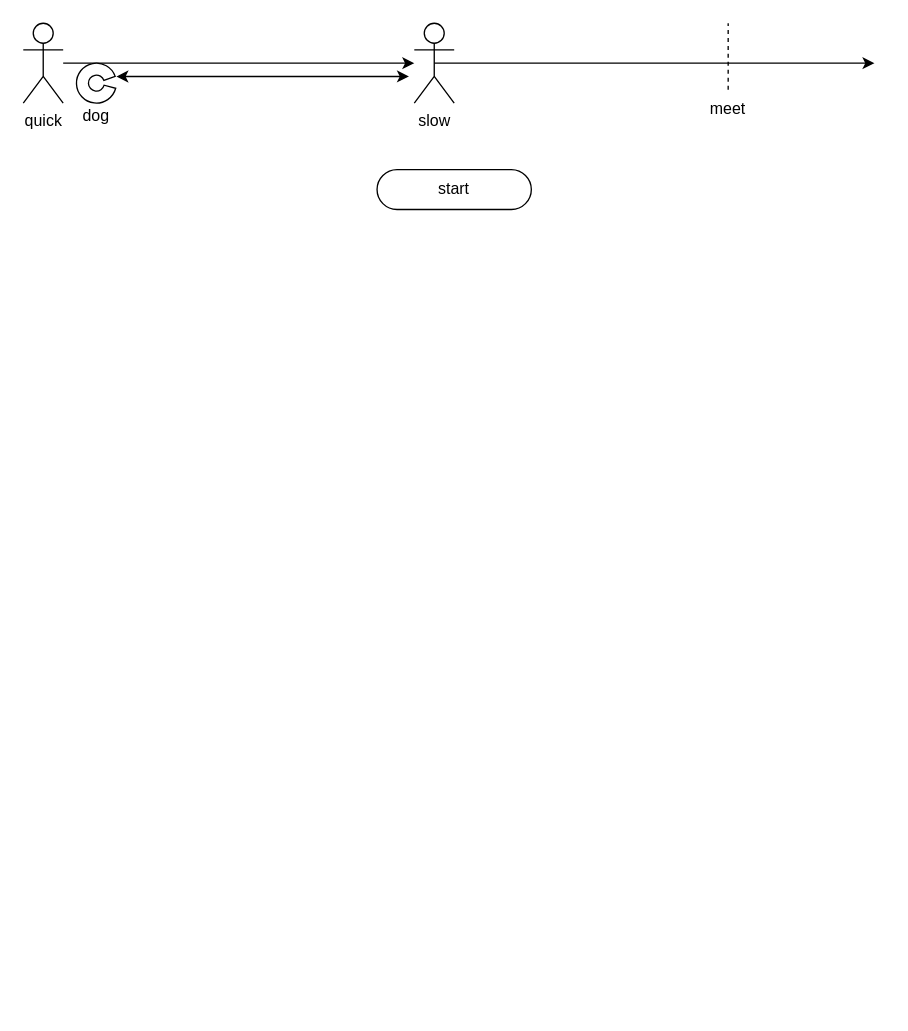
Before: page "Страница 3" (3 of 3) of hw1_test2.drawio in AlexeyDmitrich/hw_dev_base1, a draw.io diagram. Source tidied: cells renumbered, new cells numbered last; positions are measured from the earlier drawing's top-left corner, leaving out a move shared by most shapes. Both pictures are drawn from the tidied source at 133%, with x=0, y=0 at pixel (23, 23).
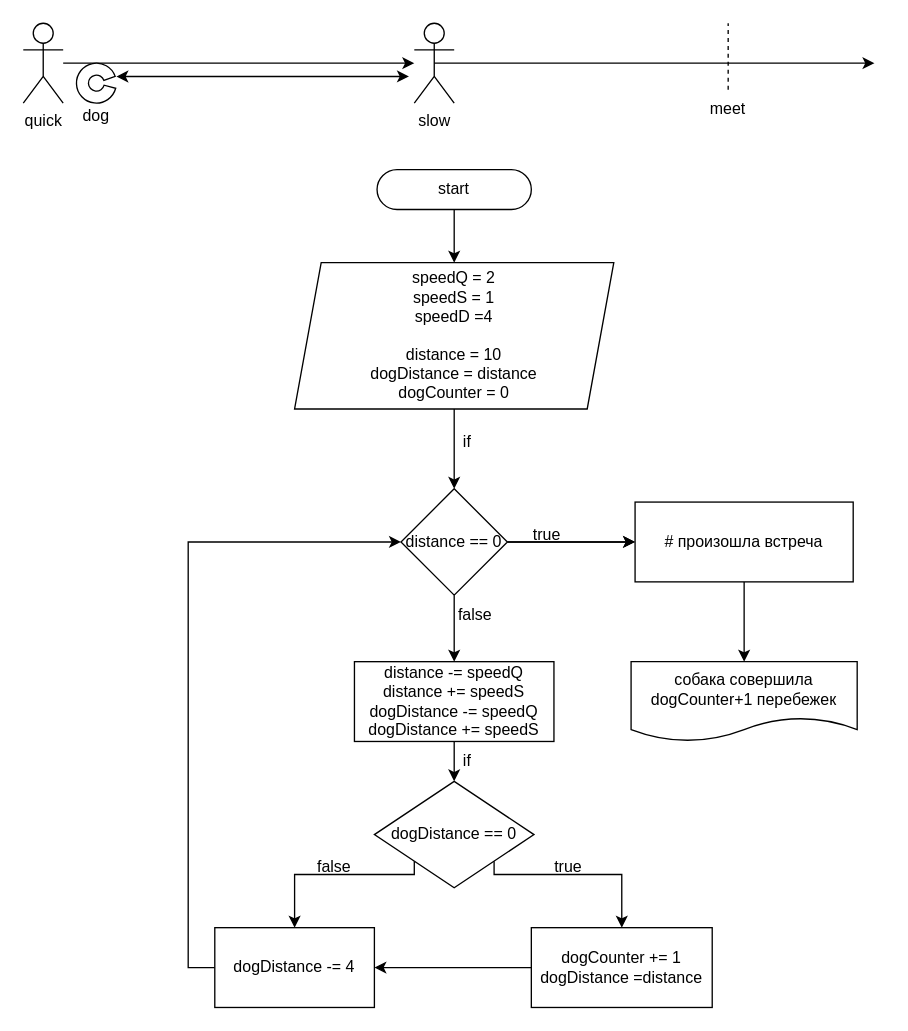
After the change.

Unchanged cells that the change refers to:
```xml
<mxCell id="2" value="start" style="rounded=1;whiteSpace=wrap;html=1;arcSize=50;" parent="1" vertex="1">
  <mxGeometry x="266" y="110" width="116" height="30" as="geometry" />
</mxCell>
```

What changed in the source:
```diff
@@
+    <mxCell id="12" style="edgeStyle=orthogonalEdgeStyle;rounded=0;jettySize=auto;html=1;exitX=0.5;exitY=1;exitDx=0;exitDy=0;" parent="1" edge="1" source="2" target="14">
+      <mxGeometry relative="1" as="geometry" />
+    </mxCell>
@@
+    <mxCell id="13" style="edgeStyle=orthogonalEdgeStyle;rounded=0;jettySize=auto;html=1;" parent="1" edge="1" source="14">
+      <mxGeometry relative="1" as="geometry">
+        <mxPoint x="324" y="350" as="targetPoint" />
+      </mxGeometry>
+    </mxCell>
+    <mxCell id="14" value="&lt;div&gt;speedQ = 2&lt;/div&gt;&lt;div&gt;speedS = 1&lt;/div&gt;&lt;div&gt;speedD =4&lt;br&gt;&lt;/div&gt;&lt;div&gt;&lt;br&gt;&lt;/div&gt;&lt;div&gt;distance = 10&lt;/div&gt;&lt;div&gt;dogDistance = distance&lt;br&gt;&lt;/div&gt;&lt;div&gt;dogCounter = 0&lt;br&gt;&lt;/div&gt;" style="shape=parallelogram;perimeter=parallelogramPerimeter;whiteSpace=wrap;html=1;fixedSize=1;" parent="1" vertex="1">
+      <mxGeometry x="204" y="180" width="240" height="110" as="geometry" />
+    </mxCell>
+    <mxCell id="15" style="edgeStyle=orthogonalEdgeStyle;rounded=0;jettySize=auto;html=1;" parent="1" edge="1" source="18" target="20">
+      <mxGeometry relative="1" as="geometry" />
+    </mxCell>
+    <mxCell id="16" style="edgeStyle=orthogonalEdgeStyle;rounded=0;jettySize=auto;html=1;exitX=1;exitY=0.5;exitDx=0;exitDy=0;" parent="1" edge="1" source="18">
+      <mxGeometry relative="1" as="geometry">
+        <mxPoint x="460" y="390" as="targetPoint" />
+      </mxGeometry>
+    </mxCell>
+    <mxCell id="17" style="edgeStyle=orthogonalEdgeStyle;rounded=0;jettySize=auto;html=1;" parent="1" edge="1" source="18" target="22">
+      <mxGeometry relative="1" as="geometry" />
+    </mxCell>
+    <mxCell id="18" value="distance == 0" style="rhombus;whiteSpace=wrap;html=1;" parent="1" vertex="1">
+      <mxGeometry x="284" y="350" width="80" height="80" as="geometry" />
+    </mxCell>
+    <mxCell id="19" style="edgeStyle=orthogonalEdgeStyle;rounded=0;jettySize=auto;html=1;exitX=0.5;exitY=1;exitDx=0;exitDy=0;entryX=0.5;entryY=0;entryDx=0;entryDy=0;" parent="1" edge="1" source="20" target="36">
+      <mxGeometry relative="1" as="geometry" />
+    </mxCell>
+    <mxCell id="20" value="&lt;div&gt;# произошла встреча&lt;/div&gt;" style="whiteSpace=wrap;html=1;" parent="1" vertex="1">
+      <mxGeometry x="460" y="360" width="164" height="60" as="geometry" />
+    </mxCell>
+    <mxCell id="21" style="edgeStyle=orthogonalEdgeStyle;rounded=0;jettySize=auto;html=1;entryX=0.5;entryY=0;entryDx=0;entryDy=0;" parent="1" edge="1" source="22" target="25">
+      <mxGeometry relative="1" as="geometry" />
+    </mxCell>
+    <mxCell id="22" value="&lt;div&gt;distance -= speedQ&lt;br&gt;&lt;/div&gt;&lt;div&gt;distance += speedS&lt;/div&gt;&lt;div&gt;&lt;div&gt;dogDistance -= speedQ&lt;br&gt;&lt;/div&gt;&lt;div&gt;dogDistance += speedS&lt;/div&gt;&lt;/div&gt;" style="whiteSpace=wrap;html=1;" parent="1" vertex="1">
+      <mxGeometry x="249" y="480" width="150" height="60" as="geometry" />
+    </mxCell>
+    <mxCell id="23" style="edgeStyle=orthogonalEdgeStyle;rounded=0;jettySize=auto;html=1;exitX=0;exitY=1;exitDx=0;exitDy=0;entryX=0.5;entryY=0;entryDx=0;entryDy=0;" parent="1" edge="1" source="25" target="27">
+      <mxGeometry relative="1" as="geometry">
+        <Array as="points">
+          <mxPoint x="294" y="640" />
+          <mxPoint x="204" y="640" />
+        </Array>
+      </mxGeometry>
+    </mxCell>
+    <mxCell id="24" style="edgeStyle=orthogonalEdgeStyle;rounded=0;jettySize=auto;html=1;exitX=1;exitY=1;exitDx=0;exitDy=0;entryX=0.5;entryY=0;entryDx=0;entryDy=0;" parent="1" edge="1" source="25" target="29">
+      <mxGeometry relative="1" as="geometry">
+        <Array as="points">
+          <mxPoint x="354" y="640" />
+          <mxPoint x="450" y="640" />
+        </Array>
+      </mxGeometry>
+    </mxCell>
+    <mxCell id="25" value="dogDistance == 0" style="rhombus;whiteSpace=wrap;html=1;" parent="1" vertex="1">
+      <mxGeometry x="264" y="570" width="120" height="80" as="geometry" />
+    </mxCell>
+    <mxCell id="26" style="edgeStyle=orthogonalEdgeStyle;rounded=0;jettySize=auto;html=1;exitX=0;exitY=0.5;exitDx=0;exitDy=0;entryX=0;entryY=0.5;entryDx=0;entryDy=0;" parent="1" edge="1" source="27" target="18">
+      <mxGeometry relative="1" as="geometry" />
+    </mxCell>
+    <mxCell id="27" value="dogDistance -= 4" style="whiteSpace=wrap;html=1;" parent="1" vertex="1">
+      <mxGeometry x="144" y="680" width="120" height="60" as="geometry" />
+    </mxCell>
+    <mxCell id="28" style="edgeStyle=orthogonalEdgeStyle;rounded=0;jettySize=auto;html=1;exitX=0;exitY=0.5;exitDx=0;exitDy=0;entryX=1;entryY=0.5;entryDx=0;entryDy=0;" parent="1" edge="1" source="29" target="27">
+      <mxGeometry relative="1" as="geometry" />
+    </mxCell>
+    <mxCell id="29" value="&lt;div&gt;dogCounter += 1&lt;/div&gt;&lt;div&gt;dogDistance =distance&lt;br&gt;&lt;/div&gt;" style="rounded=0;whiteSpace=wrap;html=1;" parent="1" vertex="1">
+      <mxGeometry x="382" y="680" width="136" height="60" as="geometry" />
+    </mxCell>
+    <mxCell id="30" value="true" style="text;html=1;strokeColor=none;fillColor=none;align=center;verticalAlign=middle;whiteSpace=wrap;rounded=0;" parent="1" vertex="1">
+      <mxGeometry x="364" y="370" width="60" height="30" as="geometry" />
+    </mxCell>
+    <mxCell id="31" value="false" style="text;html=1;strokeColor=none;fillColor=none;align=center;verticalAlign=middle;whiteSpace=wrap;rounded=0;" parent="1" vertex="1">
+      <mxGeometry x="310" y="430" width="60" height="30" as="geometry" />
+    </mxCell>
+    <mxCell id="32" value="if" style="text;html=1;strokeColor=none;fillColor=none;align=center;verticalAlign=middle;whiteSpace=wrap;rounded=0;" parent="1" vertex="1">
+      <mxGeometry x="304" y="300" width="60" height="30" as="geometry" />
+    </mxCell>
+    <mxCell id="33" value="if" style="text;html=1;strokeColor=none;fillColor=none;align=center;verticalAlign=middle;whiteSpace=wrap;rounded=0;" parent="1" vertex="1">
+      <mxGeometry x="304" y="540" width="60" height="30" as="geometry" />
+    </mxCell>
+    <mxCell id="34" value="true" style="text;html=1;strokeColor=none;fillColor=none;align=center;verticalAlign=middle;whiteSpace=wrap;rounded=0;" parent="1" vertex="1">
+      <mxGeometry x="380" y="620" width="60" height="30" as="geometry" />
+    </mxCell>
+    <mxCell id="35" value="false" style="text;html=1;strokeColor=none;fillColor=none;align=center;verticalAlign=middle;whiteSpace=wrap;rounded=0;" parent="1" vertex="1">
+      <mxGeometry x="204" y="620" width="60" height="30" as="geometry" />
+    </mxCell>
+    <mxCell id="36" value="&lt;div&gt;собака совершила dogCounter+1 перебежек&lt;/div&gt;" style="shape=document;whiteSpace=wrap;html=1;boundedLbl=1;" parent="1" vertex="1">
+      <mxGeometry x="457" y="480" width="170" height="60" as="geometry" />
+    </mxCell>
```
